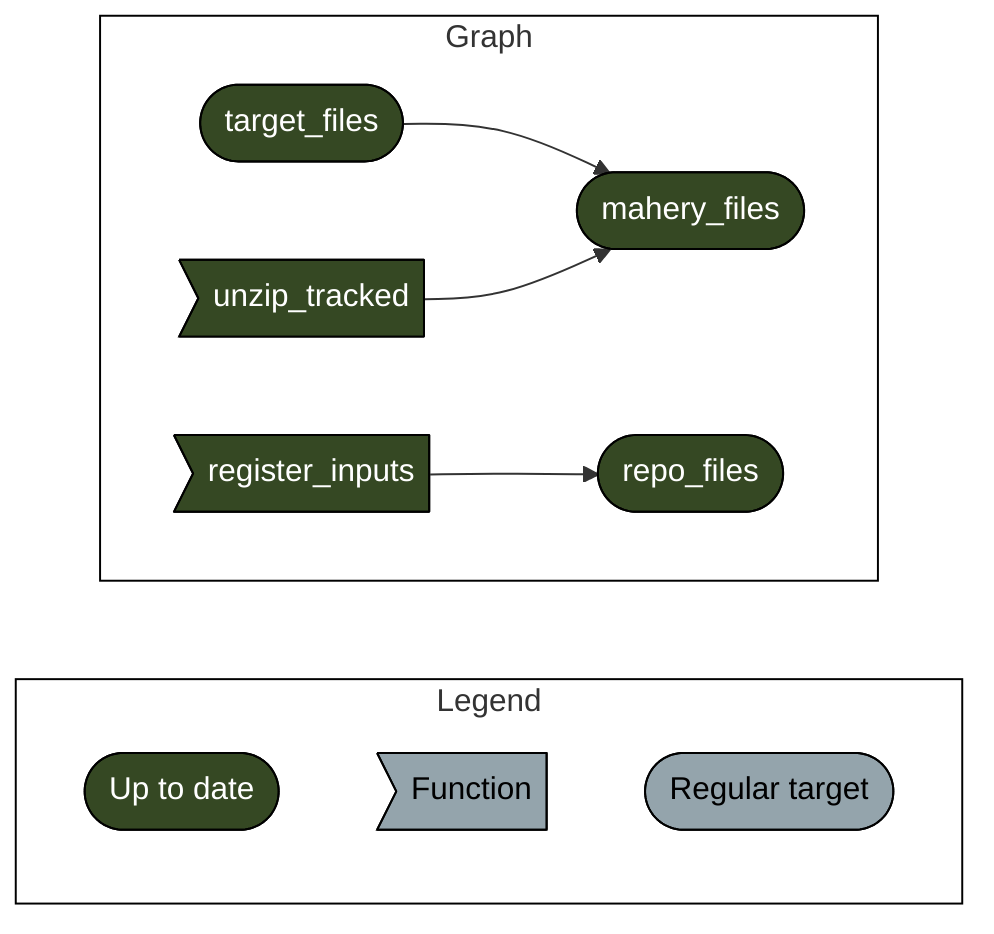
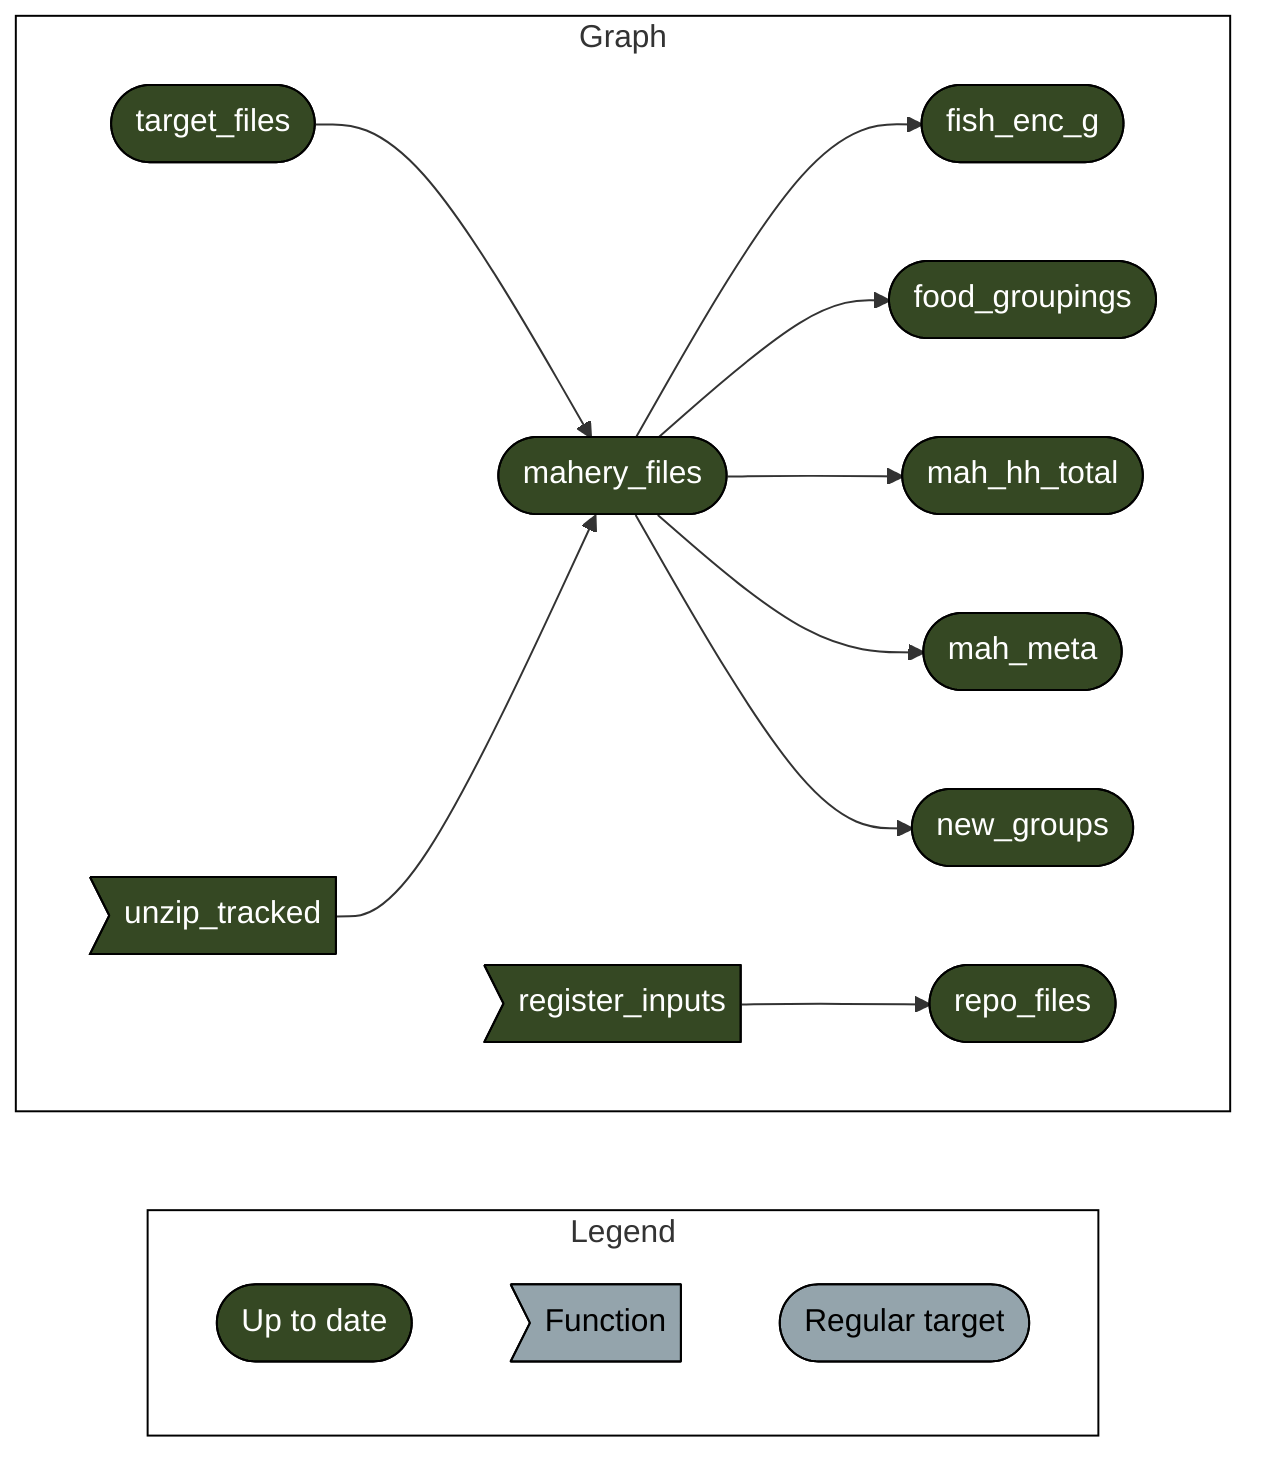
graph LR
  style Legend fill:#FFFFFF00,stroke:#000000;
  style Graph fill:#FFFFFF00,stroke:#000000;
  subgraph Legend
    xf1522833a4d242c5(["Up to date"]):::uptodate
    xeb2d7cac8a1ce544>"Function"]:::none
    xd03d7c7dd2ddda2b(["Regular target"]):::none
  end
  subgraph Graph
    direction LR
+     x3f87a69e8b2529de(["mahery_files"]):::uptodate --> x6f8c1d6470e24981(["fish_enc_g"]):::uptodate
+     x3f87a69e8b2529de(["mahery_files"]):::uptodate --> xa58edb6a8d937857(["food_groupings"]):::uptodate
+     x3f87a69e8b2529de(["mahery_files"]):::uptodate --> x8460fff2da11a1ca(["mah_hh_total"]):::uptodate
+     x3f87a69e8b2529de(["mahery_files"]):::uptodate --> x755f407db4e4743e(["mah_meta"]):::uptodate
    xd3a10a24e8b9f3f0(["target_files"]):::uptodate --> x3f87a69e8b2529de(["mahery_files"]):::uptodate
    xa166bcfc62def816>"unzip_tracked"]:::uptodate --> x3f87a69e8b2529de(["mahery_files"]):::uptodate
+     x3f87a69e8b2529de(["mahery_files"]):::uptodate --> x421f9adc4785f6fe(["new_groups"]):::uptodate
    xb6c98845f86dfafb>"register_inputs"]:::uptodate --> x7c66da3dee7f04e2(["repo_files"]):::uptodate

  end
  classDef uptodate stroke:#000000,color:#ffffff,fill:#354823;
  classDef none stroke:#000000,color:#000000,fill:#94a4ac;
